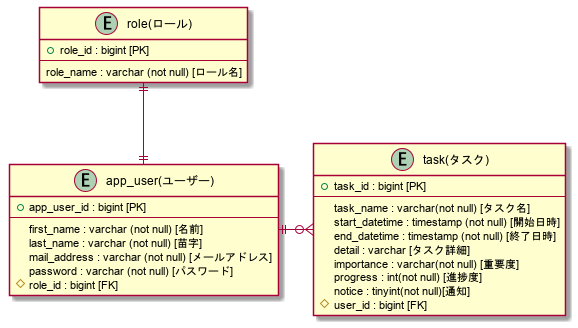
Before: plantuml/db_er.png, a diagram exported from PlantUML (yasusi-1234/my_todo_application).
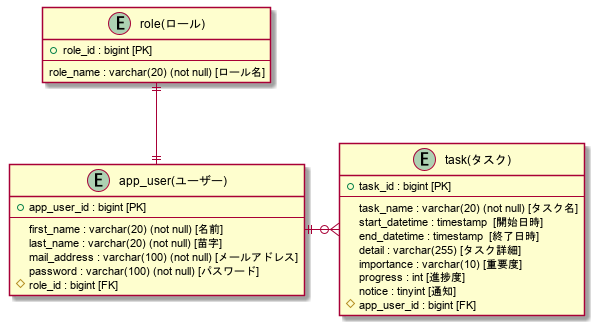
Later version of the same file.

The edit, as a diff of the source:
```diff
@@ -3,30 +3,30 @@
 entity "app_user(ユーザー)" as user{
     + app_user_id : bigint [PK]
     --
-    first_name : varchar (not null) [名前]
-    last_name : varchar (not null) [苗字]
-    mail_address : varchar (not null) [メールアドレス]
-    password : varchar (not null) [パスワード]
+    first_name : varchar(20) (not null) [名前]
+    last_name : varchar(20) (not null) [苗字]
+    mail_address : varchar(100) (not null) [メールアドレス]
+    password : varchar(100) (not null) [パスワード]
     # role_id : bigint [FK]
 }
 
 entity "role(ロール)" as role {
     + role_id : bigint [PK]
     --
-    role_name : varchar (not null) [ロール名]
+    role_name : varchar(20) (not null) [ロール名]
 }
 
 entity "task(タスク)" as task {
     + task_id : bigint [PK]
     --
-    task_name : varchar(not null) [タスク名]
-    start_datetime : timestamp (not null) [開始日時]
-    end_datetime : timestamp (not null) [終了日時]
-    detail : varchar [タスク詳細]
-    importance : varchar(not null) [重要度]
-    progress : int(not null) [進捗度]
-    notice : tinyint(not null)[通知]
-    # user_id : bigint [FK]
+    task_name : varchar(20) (not null) [タスク名]
+    start_datetime : timestamp  [開始日時]
+    end_datetime : timestamp  [終了日時]
+    detail : varchar(255) [タスク詳細]
+    importance : varchar(10) [重要度]
+    progress : int [進捗度]
+    notice : tinyint [通知]
+    # app_user_id : bigint [FK]
 }
 
 user ||-u-|| role
```
